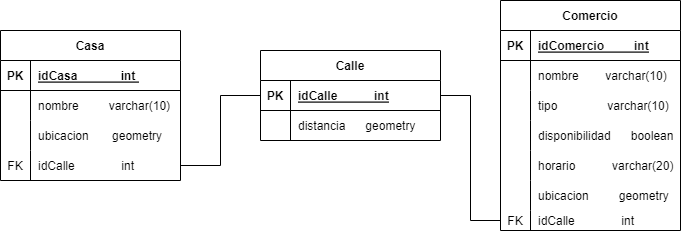
Earlier version of the draw.io export BD_espacial.drawio.png (JeaustinObando/BD_Espacial). Source tidied: cells renumbered, new cells last; positions are measured from the earlier drawing's top-left corner, leaving out a move shared by most shapes.
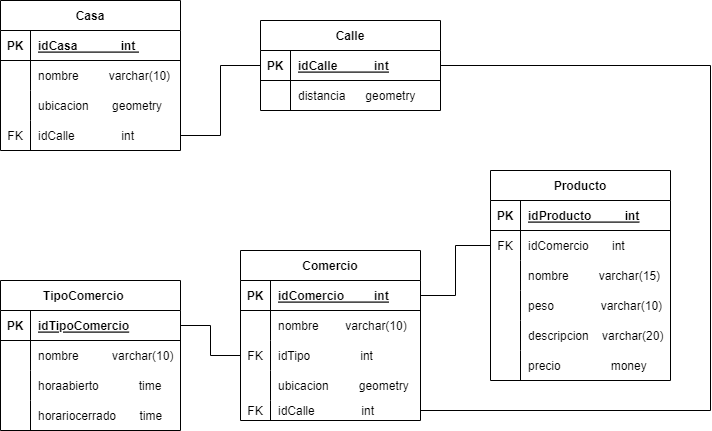
Above is the later version.

Commit message:
Actualizado el diagrama

Change to the diagram source:
```diff
@@ -42,7 +42,7 @@
       <mxGeometry x="30" width="150" height="30" as="geometry" />
     </mxCell>
     <mxCell id="15" value="Comercio" style="shape=table;startSize=30;rowLines=0;fontStyle=1;align=center;" parent="1" vertex="1">
-      <mxGeometry x="500" width="180" height="230" as="geometry" />
+      <mxGeometry x="240" y="280" width="180" height="170" as="geometry" />
     </mxCell>
     <mxCell id="16" style="shape=tableRow;horizontal=0;startSize=0;swimlaneHead=0;swimlaneBody=0;fillColor=none;points=[[0,0.5],[1,0.5]];portConstraint=eastwest;top=0;left=0;right=0;bottom=1;" parent="15" vertex="1">
       <mxGeometry y="30" width="180" height="30" as="geometry" />
@@ -65,32 +65,14 @@
     <mxCell id="22" style="shape=tableRow;horizontal=0;startSize=0;swimlaneHead=0;swimlaneBody=0;fillColor=none;points=[[0,0.5],[1,0.5]];portConstraint=eastwest;top=0;left=0;right=0;bottom=0;" parent="15" vertex="1">
       <mxGeometry y="90" width="180" height="30" as="geometry" />
     </mxCell>
-    <mxCell id="23" style="shape=partialRectangle;fillColor=none;top=0;left=0;bottom=0;right=0;overflow=hidden;" parent="22" vertex="1">
+    <mxCell id="23" value="FK" style="shape=partialRectangle;fillColor=none;top=0;left=0;bottom=0;right=0;overflow=hidden;" parent="22" vertex="1">
       <mxGeometry width="30" height="30" as="geometry" />
     </mxCell>
-    <mxCell id="24" value="tipo               varchar(10)" style="shape=partialRectangle;fillColor=none;top=0;left=0;bottom=0;right=0;align=left;spacingLeft=6;overflow=hidden;" parent="22" vertex="1">
+    <mxCell id="24" value="idTipo               int" style="shape=partialRectangle;fillColor=none;top=0;left=0;bottom=0;right=0;align=left;spacingLeft=6;overflow=hidden;" parent="22" vertex="1">
       <mxGeometry x="30" width="150" height="30" as="geometry" />
     </mxCell>
-    <mxCell id="25" style="shape=tableRow;horizontal=0;startSize=0;swimlaneHead=0;swimlaneBody=0;fillColor=none;top=0;left=0;right=0;bottom=0;" parent="15" vertex="1">
-      <mxGeometry y="120" width="180" height="30" as="geometry" />
-    </mxCell>
-    <mxCell id="26" style="shape=partialRectangle;fillColor=none;top=0;left=0;bottom=0;right=0;overflow=hidden;" parent="25" vertex="1">
-      <mxGeometry width="30" height="30" as="geometry" />
-    </mxCell>
-    <mxCell id="27" value="disponibilidad      boolean" style="shape=partialRectangle;fillColor=none;top=0;left=0;bottom=0;right=0;align=left;spacingLeft=6;overflow=hidden;" parent="25" vertex="1">
-      <mxGeometry x="30" width="150" height="30" as="geometry" />
-    </mxCell>
-    <mxCell id="28" style="shape=tableRow;horizontal=0;startSize=0;swimlaneHead=0;swimlaneBody=0;fillColor=none;top=0;left=0;right=0;bottom=0;" parent="15" vertex="1">
-      <mxGeometry y="150" width="180" height="30" as="geometry" />
-    </mxCell>
-    <mxCell id="29" style="shape=partialRectangle;fillColor=none;top=0;left=0;bottom=0;right=0;fontStyle=0;overflow=hidden;" parent="28" vertex="1">
-      <mxGeometry width="30" height="30" as="geometry" />
-    </mxCell>
-    <mxCell id="30" value="horario           varchar(20)" style="shape=partialRectangle;fillColor=none;top=0;left=0;bottom=0;right=0;align=left;spacingLeft=6;fontStyle=0;overflow=hidden;" parent="28" vertex="1">
-      <mxGeometry x="30" width="150" height="30" as="geometry" />
-    </mxCell>
     <mxCell id="31" style="shape=tableRow;horizontal=0;startSize=0;swimlaneHead=0;swimlaneBody=0;fillColor=none;top=0;left=0;right=0;bottom=0;" parent="15" vertex="1">
-      <mxGeometry y="180" width="180" height="30" as="geometry" />
+      <mxGeometry y="120" width="180" height="30" as="geometry" />
     </mxCell>
     <mxCell id="32" style="shape=partialRectangle;fillColor=none;top=0;left=0;bottom=0;right=0;fontStyle=0;overflow=hidden;" parent="31" vertex="1">
       <mxGeometry width="30" height="30" as="geometry" />
@@ -99,7 +81,7 @@
       <mxGeometry x="30" width="150" height="30" as="geometry" />
     </mxCell>
     <mxCell id="34" style="shape=tableRow;horizontal=0;startSize=0;swimlaneHead=0;swimlaneBody=0;fillColor=none;points=[[0,0.5],[1,0.5]];portConstraint=eastwest;top=0;left=0;right=0;bottom=0;" parent="15" vertex="1">
-      <mxGeometry y="210" width="180" height="20" as="geometry" />
+      <mxGeometry y="150" width="180" height="20" as="geometry" />
     </mxCell>
     <mxCell id="35" value="FK" style="shape=partialRectangle;fillColor=none;top=0;left=0;bottom=0;right=0;fontStyle=0;overflow=hidden;" parent="34" vertex="1">
       <mxGeometry width="30" height="20" as="geometry" />
@@ -128,11 +110,118 @@
     <mxCell id="43" value="distancia      geometry" style="shape=partialRectangle;fillColor=none;top=0;left=0;bottom=0;right=0;align=left;spacingLeft=6;overflow=hidden;" parent="41" vertex="1">
       <mxGeometry x="30" width="150" height="30" as="geometry" />
     </mxCell>
-    <mxCell id="44" style="edgeStyle=orthogonalEdgeStyle;rounded=0;jettySize=auto;html=1;entryX=1;entryY=0.5;entryDx=0;entryDy=0;endArrow=none;endFill=0;" parent="1" edge="1" source="34" target="38">
-      <mxGeometry relative="1" as="geometry" />
+    <mxCell id="44" style="edgeStyle=orthogonalEdgeStyle;rounded=0;jettySize=auto;html=1;entryX=1;entryY=0.5;entryDx=0;entryDy=0;endArrow=none;endFill=0;exitX=1;exitY=0.5;exitDx=0;exitDy=0;" parent="1" edge="1" source="34" target="38">
+      <mxGeometry relative="1" as="geometry">
+        <Array as="points">
+          <mxPoint x="710" y="440" />
+          <mxPoint x="710" y="95" />
+        </Array>
+      </mxGeometry>
     </mxCell>
     <mxCell id="45" style="edgeStyle=orthogonalEdgeStyle;rounded=0;jettySize=auto;html=1;entryX=0;entryY=0.5;entryDx=0;entryDy=0;endArrow=none;endFill=0;" parent="1" edge="1" source="12" target="38">
       <mxGeometry relative="1" as="geometry" />
     </mxCell>
+    <mxCell id="46" value="TipoComercio    " style="shape=table;startSize=30;rowLines=0;fontStyle=1;align=center;" parent="1" vertex="1">
+      <mxGeometry y="310" width="180" height="150" as="geometry" />
+    </mxCell>
+    <mxCell id="47" style="shape=tableRow;horizontal=0;startSize=0;swimlaneHead=0;swimlaneBody=0;fillColor=none;points=[[0,0.5],[1,0.5]];portConstraint=eastwest;top=0;left=0;right=0;bottom=1;" parent="46" vertex="1">
+      <mxGeometry y="30" width="180" height="30" as="geometry" />
+    </mxCell>
+    <mxCell id="48" value="PK" style="shape=partialRectangle;fillColor=none;top=0;left=0;bottom=0;right=0;fontStyle=1;overflow=hidden;" parent="47" vertex="1">
+      <mxGeometry width="30" height="30" as="geometry" />
+    </mxCell>
+    <mxCell id="49" value="idTipoComercio" style="shape=partialRectangle;fillColor=none;top=0;left=0;bottom=0;right=0;align=left;spacingLeft=6;fontStyle=5;overflow=hidden;" parent="47" vertex="1">
+      <mxGeometry x="30" width="150" height="30" as="geometry" />
+    </mxCell>
+    <mxCell id="50" style="shape=tableRow;horizontal=0;startSize=0;swimlaneHead=0;swimlaneBody=0;fillColor=none;top=0;left=0;right=0;bottom=0;" parent="46" vertex="1">
+      <mxGeometry y="60" width="180" height="30" as="geometry" />
+    </mxCell>
+    <mxCell id="51" style="shape=partialRectangle;fillColor=none;top=0;left=0;bottom=0;right=0;overflow=hidden;" parent="50" vertex="1">
+      <mxGeometry width="30" height="30" as="geometry" />
+    </mxCell>
+    <mxCell id="52" value="nombre          varchar(10)" style="shape=partialRectangle;fillColor=none;top=0;left=0;bottom=0;right=0;align=left;spacingLeft=6;overflow=hidden;" parent="50" vertex="1">
+      <mxGeometry x="30" width="150" height="30" as="geometry" />
+    </mxCell>
+    <mxCell id="53" style="shape=tableRow;horizontal=0;startSize=0;swimlaneHead=0;swimlaneBody=0;fillColor=none;top=0;left=0;right=0;bottom=0;" parent="46" vertex="1">
+      <mxGeometry y="90" width="180" height="30" as="geometry" />
+    </mxCell>
+    <mxCell id="54" style="shape=partialRectangle;fillColor=none;top=0;left=0;bottom=0;right=0;fontStyle=0;overflow=hidden;" parent="53" vertex="1">
+      <mxGeometry width="30" height="30" as="geometry" />
+    </mxCell>
+    <mxCell id="55" value="horaabierto            time" style="shape=partialRectangle;fillColor=none;top=0;left=0;bottom=0;right=0;align=left;spacingLeft=6;fontStyle=0;overflow=hidden;" parent="53" vertex="1">
+      <mxGeometry x="30" width="150" height="30" as="geometry" />
+    </mxCell>
+    <mxCell id="56" style="shape=tableRow;horizontal=0;startSize=0;swimlaneHead=0;swimlaneBody=0;fillColor=none;top=0;left=0;right=0;bottom=0;" parent="46" vertex="1">
+      <mxGeometry y="120" width="180" height="30" as="geometry" />
+    </mxCell>
+    <mxCell id="57" style="shape=partialRectangle;fillColor=none;top=0;left=0;bottom=0;right=0;fontStyle=0;overflow=hidden;" parent="56" vertex="1">
+      <mxGeometry width="30" height="30" as="geometry" />
+    </mxCell>
+    <mxCell id="58" value="horariocerrado       time" style="shape=partialRectangle;fillColor=none;top=0;left=0;bottom=0;right=0;align=left;spacingLeft=6;fontStyle=0;overflow=hidden;" parent="56" vertex="1">
+      <mxGeometry x="30" width="150" height="30" as="geometry" />
+    </mxCell>
+    <mxCell id="59" style="edgeStyle=orthogonalEdgeStyle;rounded=0;jettySize=auto;html=1;entryX=1;entryY=0.5;entryDx=0;entryDy=0;endArrow=none;endFill=0;" parent="1" edge="1" source="22" target="47">
+      <mxGeometry relative="1" as="geometry" />
+    </mxCell>
+    <mxCell id="60" value="Producto" style="shape=table;startSize=30;rowLines=0;fontStyle=1;align=center;" parent="1" vertex="1">
+      <mxGeometry x="490" y="200" width="180" height="210" as="geometry" />
+    </mxCell>
+    <mxCell id="61" style="shape=tableRow;horizontal=0;startSize=0;swimlaneHead=0;swimlaneBody=0;fillColor=none;top=0;left=0;right=0;bottom=1;" parent="60" vertex="1">
+      <mxGeometry y="30" width="180" height="30" as="geometry" />
+    </mxCell>
+    <mxCell id="62" value="PK" style="shape=partialRectangle;fillColor=none;top=0;left=0;bottom=0;right=0;fontStyle=1;overflow=hidden;" parent="61" vertex="1">
+      <mxGeometry width="30" height="30" as="geometry" />
+    </mxCell>
+    <mxCell id="63" value="idProducto          int" style="shape=partialRectangle;fillColor=none;top=0;left=0;bottom=0;right=0;align=left;spacingLeft=6;fontStyle=5;overflow=hidden;" parent="61" vertex="1">
+      <mxGeometry x="30" width="150" height="30" as="geometry" />
+    </mxCell>
+    <mxCell id="64" style="shape=tableRow;horizontal=0;startSize=0;swimlaneHead=0;swimlaneBody=0;fillColor=none;points=[[0,0.5],[1,0.5]];portConstraint=eastwest;top=0;left=0;right=0;bottom=0;" parent="60" vertex="1">
+      <mxGeometry y="60" width="180" height="30" as="geometry" />
+    </mxCell>
+    <mxCell id="65" value="FK" style="shape=partialRectangle;fillColor=none;top=0;left=0;bottom=0;right=0;overflow=hidden;" parent="64" vertex="1">
+      <mxGeometry width="30" height="30" as="geometry" />
+    </mxCell>
+    <mxCell id="66" value="idComercio       int" style="shape=partialRectangle;fillColor=none;top=0;left=0;bottom=0;right=0;align=left;spacingLeft=6;overflow=hidden;" parent="64" vertex="1">
+      <mxGeometry x="30" width="150" height="30" as="geometry" />
+    </mxCell>
+    <mxCell id="67" style="shape=tableRow;horizontal=0;startSize=0;swimlaneHead=0;swimlaneBody=0;fillColor=none;top=0;left=0;right=0;bottom=0;" parent="60" vertex="1">
+      <mxGeometry y="90" width="180" height="30" as="geometry" />
+    </mxCell>
+    <mxCell id="68" style="shape=partialRectangle;fillColor=none;top=0;left=0;bottom=0;right=0;overflow=hidden;" parent="67" vertex="1">
+      <mxGeometry width="30" height="30" as="geometry" />
+    </mxCell>
+    <mxCell id="69" value="nombre         varchar(15)" style="shape=partialRectangle;fillColor=none;top=0;left=0;bottom=0;right=0;align=left;spacingLeft=6;overflow=hidden;" parent="67" vertex="1">
+      <mxGeometry x="30" width="150" height="30" as="geometry" />
+    </mxCell>
+    <mxCell id="70" style="shape=tableRow;horizontal=0;startSize=0;swimlaneHead=0;swimlaneBody=0;fillColor=none;top=0;left=0;right=0;bottom=0;" parent="60" vertex="1">
+      <mxGeometry y="120" width="180" height="30" as="geometry" />
+    </mxCell>
+    <mxCell id="71" style="shape=partialRectangle;fillColor=none;top=0;left=0;bottom=0;right=0;overflow=hidden;" parent="70" vertex="1">
+      <mxGeometry width="30" height="30" as="geometry" />
+    </mxCell>
+    <mxCell id="72" value="peso              varchar(10)" style="shape=partialRectangle;fillColor=none;top=0;left=0;bottom=0;right=0;align=left;spacingLeft=6;overflow=hidden;" parent="70" vertex="1">
+      <mxGeometry x="30" width="150" height="30" as="geometry" />
+    </mxCell>
+    <mxCell id="28" style="shape=tableRow;horizontal=0;startSize=0;swimlaneHead=0;swimlaneBody=0;fillColor=none;top=0;left=0;right=0;bottom=0;" parent="60" vertex="1">
+      <mxGeometry y="150" width="180" height="30" as="geometry" />
+    </mxCell>
+    <mxCell id="73" style="shape=partialRectangle;fillColor=none;top=0;left=0;bottom=0;right=0;fontStyle=0;overflow=hidden;" parent="28" vertex="1">
+      <mxGeometry width="30" height="30" as="geometry" />
+    </mxCell>
+    <mxCell id="74" value="descripcion    varchar(20)" style="shape=partialRectangle;fillColor=none;top=0;left=0;bottom=0;right=0;align=left;spacingLeft=6;fontStyle=0;overflow=hidden;" parent="28" vertex="1">
+      <mxGeometry x="30" width="150" height="30" as="geometry" />
+    </mxCell>
+    <mxCell id="75" style="shape=tableRow;horizontal=0;startSize=0;swimlaneHead=0;swimlaneBody=0;fillColor=none;top=0;left=0;right=0;bottom=0;" parent="60" vertex="1">
+      <mxGeometry y="180" width="180" height="30" as="geometry" />
+    </mxCell>
+    <mxCell id="76" style="shape=partialRectangle;fillColor=none;top=0;left=0;bottom=0;right=0;fontStyle=0;overflow=hidden;" parent="75" vertex="1">
+      <mxGeometry width="30" height="30" as="geometry" />
+    </mxCell>
+    <mxCell id="77" value="precio               money" style="shape=partialRectangle;fillColor=none;top=0;left=0;bottom=0;right=0;align=left;spacingLeft=6;fontStyle=0;overflow=hidden;" parent="75" vertex="1">
+      <mxGeometry x="30" width="150" height="30" as="geometry" />
+    </mxCell>
+    <mxCell id="78" style="edgeStyle=orthogonalEdgeStyle;rounded=0;jettySize=auto;html=1;entryX=0;entryY=0.5;entryDx=0;entryDy=0;endArrow=none;endFill=0;" parent="1" edge="1" source="16" target="64">
+      <mxGeometry relative="1" as="geometry" />
+    </mxCell>
   </root>
 </mxGraphModel>
```
